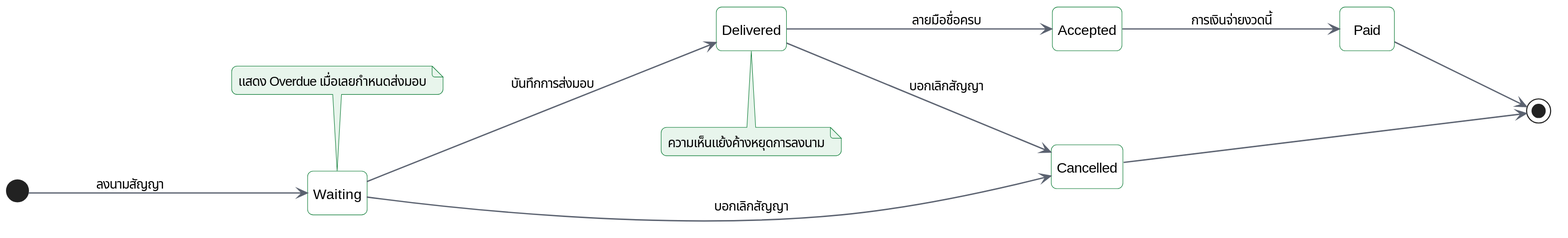
This is docs/spec/diagrams/svg/th/prc-state-phase.svg from akarapolb/Fisko, a PlantUML export, as it was before one commit. The source it was exported from:
```plantuml
@startuml
!include include/common.puml
hide empty description
left to right direction
skinparam nodesep 70
skinparam ranksep 120
state "Waiting" as w
state "Delivered" as d
state "Accepted" as ac
state "Paid" as p
state "Cancelled" as x
[*] --> w : $t("ลงนามสัญญา", "contract signed")
w --> d : $t("บันทึกการส่งมอบ", "delivery recorded")
d --> ac : $t("ลายมือชื่อครบ", "signatures reach need")
ac --> p : $t("การเงินจ่ายงวดนี้", "Finance pays the phase")
w --> x : $t("บอกเลิกสัญญา", "contract terminated")
d --> x : $t("บอกเลิกสัญญา", "contract terminated")
p --> [*]
x --> [*]
note top of w
  $t("แสดง Overdue เมื่อเลยกำหนดส่งมอบ", "Shows Overdue past the due date")
end note
note bottom of d
  $t("ความเห็นแย้งค้างหยุดการลงนาม", "An open dissent stops further signatures")
end note
@enduml
```
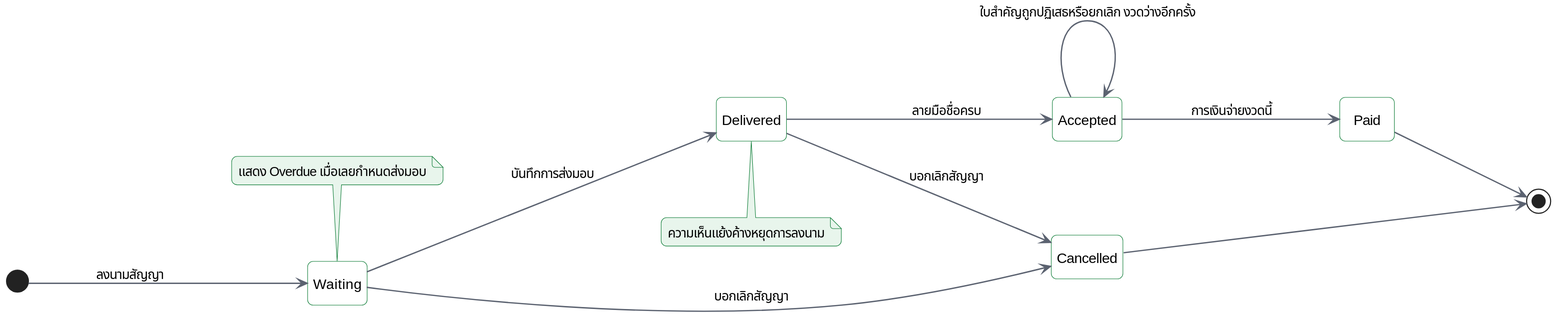
The same diagram one commit later.

What changed in the source:
```diff
@@ -13,6 +13,7 @@
 w --> d : $t("บันทึกการส่งมอบ", "delivery recorded")
 d --> ac : $t("ลายมือชื่อครบ", "signatures reach need")
 ac --> p : $t("การเงินจ่ายงวดนี้", "Finance pays the phase")
+ac --> ac : $t("ใบสำคัญถูกปฏิเสธหรือยกเลิก งวดว่างอีกครั้ง", "voucher rejected or cancelled: phase free again")
 w --> x : $t("บอกเลิกสัญญา", "contract terminated")
 d --> x : $t("บอกเลิกสัญญา", "contract terminated")
 p --> [*]
```
